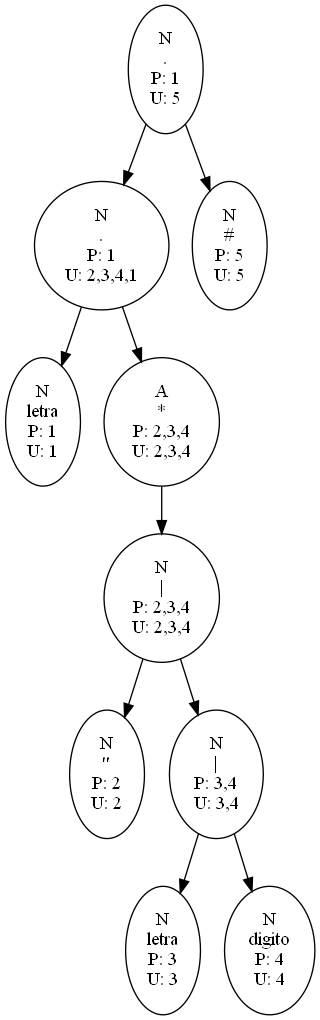
Earlier version of the Graphviz export Reportes_202003894/Arboles_202003894/ExpReg1.png (EstuardoSon/OCL1_202003894_P1). Its source is kept beside it as Reportes_202003894/Arboles_202003894/ExpReg1.dot.
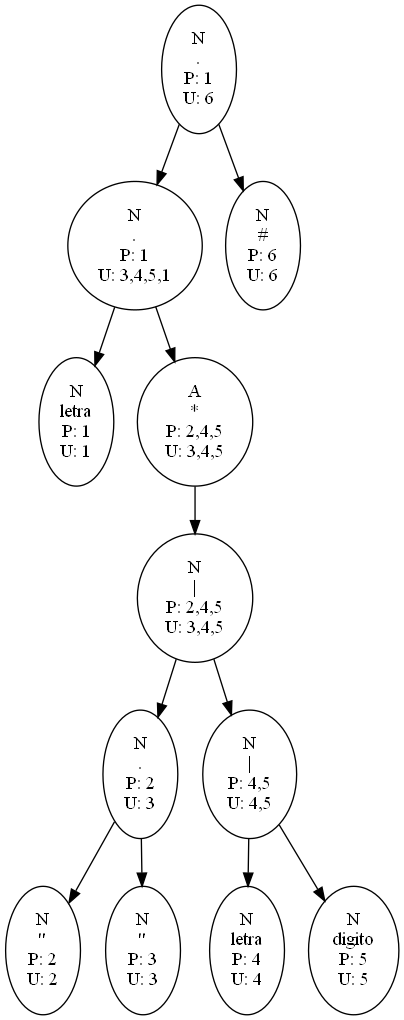
Later version of the same file.

The edit, as a diff of the source:
```diff
@@ -1,5 +1,5 @@
 digraph G{
-N5->N1
+N6->N1
 N1->1
 1[label="N
 letra
@@ -8,43 +8,53 @@
 N1[label="N
 .
 P: 1
-U: 2,3,4,1"];
-N1->N4
-N4->N2
+U: 3,4,5,1"];
+N1->N5
+N5->N3
+N3->N2
 N2->2
 2[label="N
 \"
 P: 2
 U: 2"];
 N2[label="N
-|
-P: 2,3,4
-U: 2,3,4"];
-N2->N3
-N3->3
+.
+P: 2
+U: 3"];
+N2->3
 3[label="N
-letra
+\"
 P: 3
 U: 3"];
 N3[label="N
 |
-P: 3,4
-U: 3,4"];
-N3->4
+P: 2,4,5
+U: 3,4,5"];
+N3->N4
+N4->4
 4[label="N
-digito
+letra
 P: 4
 U: 4"];
-N4[label="A
+N4[label="N
+|
+P: 4,5
+U: 4,5"];
+N4->5
+5[label="N
+digito
+P: 5
+U: 5"];
+N5[label="A
 *
-P: 2,3,4
-U: 2,3,4"];
-N5[label="N
+P: 2,4,5
+U: 3,4,5"];
+N6[label="N
 .
 P: 1
-U: 5"];
-N5->5
-5[label="N
-P: 5
-U: 5"];
+U: 6"];
+N6->6
+6[label="N
+P: 6
+U: 6"];
 }
```
